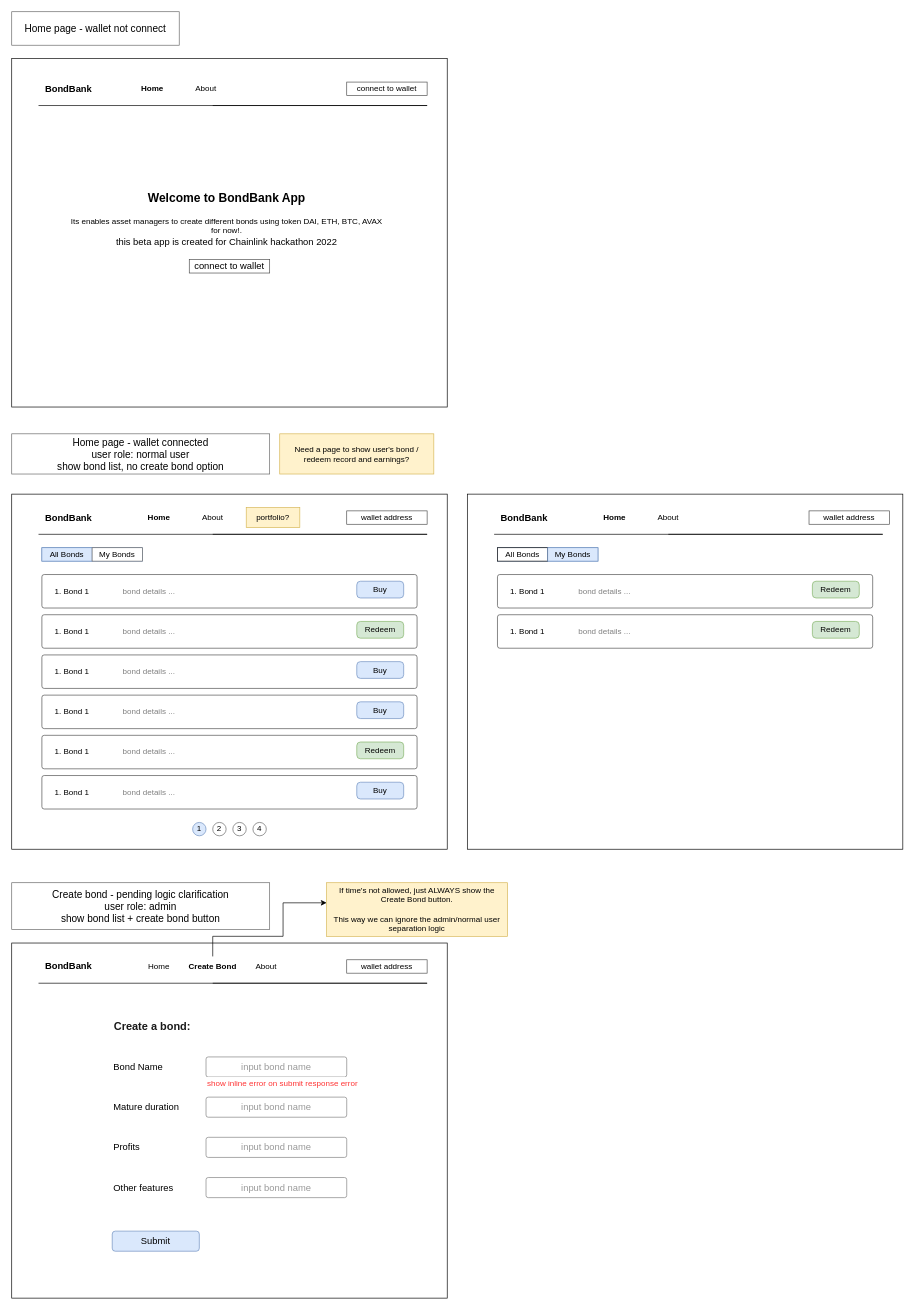
Earlier version of the draw.io diagram page "List View" (4 of 4) of Untitled Diagram.drawio (levblanc/bond-bank-ux). Source tidied: cells renumbered, new cells numbered last; positions are measured from the earlier drawing's top-left corner, leaving out a move shared by most shapes. Both pictures are drawn from the tidied source at 67%, with x=0, y=0 at pixel (11, 11).
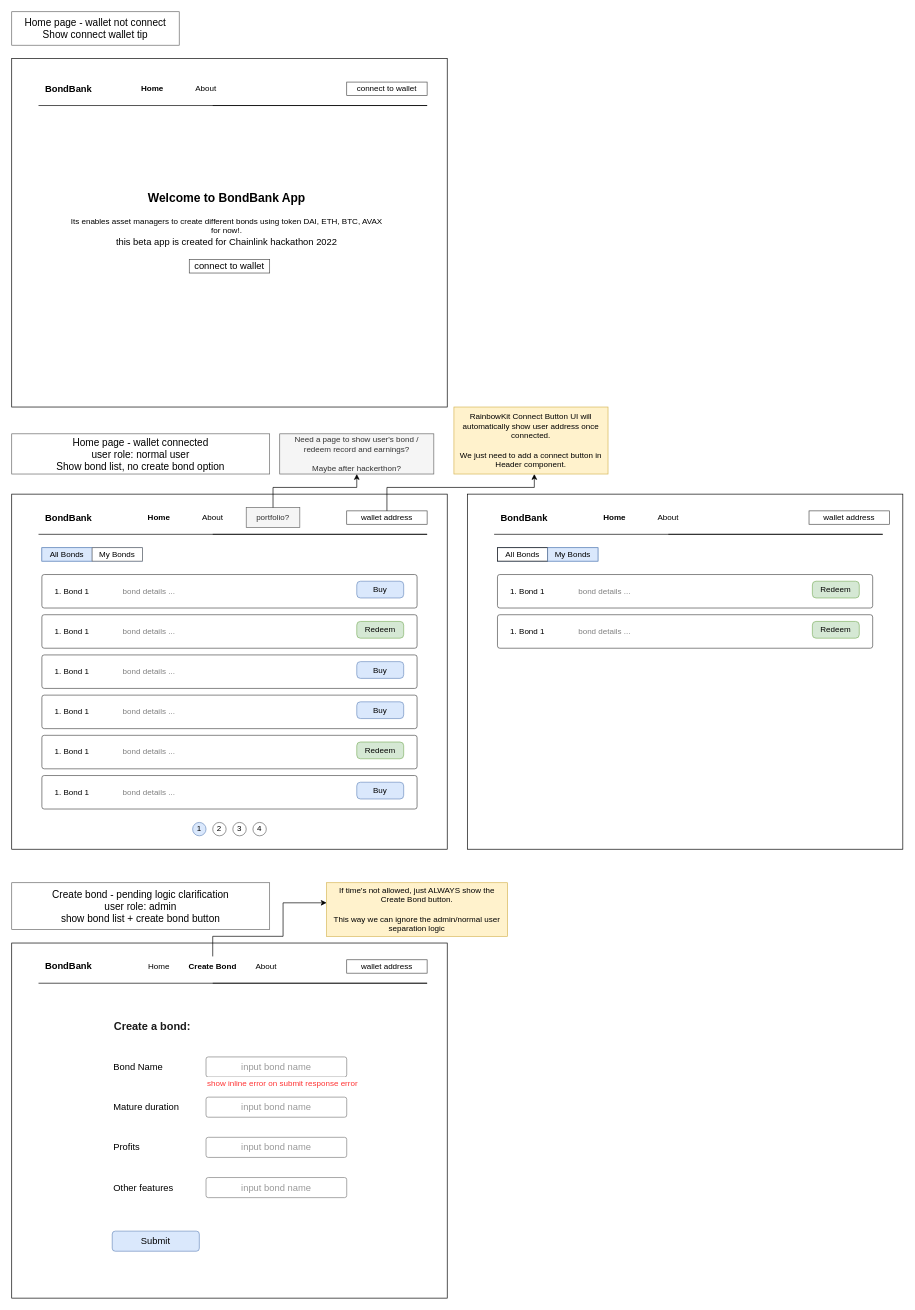
The same page after the edit.

Unchanged cells that the change refers to:
```xml
<mxCell id="20" style="group;" parent="1" vertex="1">
  <mxGeometry y="720" width="650" height="530" as="geometry" />
</mxCell>
<mxCell id="67" value="wallet address" style="rounded=0;whiteSpace=wrap;html=1;fontFamily=Helvetica;fontSize=12;strokeColor=#4D4D4D;" parent="20" vertex="1">
  <mxGeometry x="500" y="25" width="120" height="20" as="geometry" />
</mxCell>
```

What changed in the source:
```diff
@@
-    <mxCell id="18" value="&lt;font style=&quot;font-size: 15px;&quot;&gt;Home page - wallet not connect&lt;/font&gt;" style="rounded=0;whiteSpace=wrap;html=1;strokeColor=#666666;fontFamily=Helvetica;fontSize=12;fontColor=#000000;" parent="1" vertex="1">
+    <mxCell id="18" value="&lt;font style=&quot;font-size: 15px;&quot;&gt;Home page - wallet not connect&lt;br&gt;Show connect wallet tip&lt;br&gt;&lt;/font&gt;" style="rounded=0;whiteSpace=wrap;html=1;strokeColor=#666666;fontFamily=Helvetica;fontSize=12;fontColor=#000000;" parent="1" vertex="1">
       <mxGeometry width="250" height="50" as="geometry" />
     </mxCell>
-    <mxCell id="19" value="&lt;font style=&quot;font-size: 15px;&quot;&gt;Home page - wallet connected&lt;br&gt;user role: normal user&lt;br&gt;show bond list, no create bond option&lt;/font&gt;" style="rounded=0;whiteSpace=wrap;html=1;strokeColor=#666666;fontFamily=Helvetica;fontSize=12;fontColor=#000000;" parent="1" vertex="1">
+    <mxCell id="19" value="&lt;font style=&quot;font-size: 15px;&quot;&gt;Home page - wallet connected&lt;br&gt;user role: normal user&lt;br&gt;Show bond list, no create bond option&lt;/font&gt;" style="rounded=0;whiteSpace=wrap;html=1;strokeColor=#666666;fontFamily=Helvetica;fontSize=12;fontColor=#000000;" parent="1" vertex="1">
       <mxGeometry y="630" width="385" height="60" as="geometry" />
     </mxCell>
@@
-    <mxCell id="66" value="&lt;font&gt;portfolio?&lt;/font&gt;" style="rounded=0;whiteSpace=wrap;html=1;strokeColor=#d6b656;fontFamily=Helvetica;fontSize=12;fillColor=#fff2cc;" parent="20" vertex="1">
+    <mxCell id="66" value="&lt;font&gt;portfolio?&lt;/font&gt;" style="rounded=0;whiteSpace=wrap;html=1;strokeColor=#666666;fontFamily=Helvetica;fontSize=12;fillColor=#f5f5f5;fontColor=#333333;" parent="20" vertex="1">
       <mxGeometry x="350" y="20" width="80" height="30" as="geometry" />
     </mxCell>
@@
-    <mxCell id="106" value="Need a page to show user's bond / redeem record and earnings?" style="rounded=0;whiteSpace=wrap;html=1;strokeColor=#d6b656;fontFamily=Helvetica;fontSize=12;fillColor=#fff2cc;" parent="1" vertex="1">
+    <mxCell id="106" value="Need a page to show user's bond / redeem record and earnings?&lt;br&gt;&lt;br&gt;Maybe after hackerthon?" style="rounded=0;whiteSpace=wrap;html=1;strokeColor=#666666;fontFamily=Helvetica;fontSize=12;fillColor=#f5f5f5;fontColor=#333333;" parent="1" vertex="1">
       <mxGeometry x="400" y="630" width="230" height="60" as="geometry" />
     </mxCell>
@@
+    <mxCell id="110" style="edgeStyle=orthogonalEdgeStyle;rounded=0;jettySize=auto;html=1;fontFamily=Helvetica;fontSize=12;fontColor=#999999;" parent="1" edge="1" source="66" target="106">
+      <mxGeometry relative="1" as="geometry">
+        <Array as="points">
+          <mxPoint x="390" y="710" />
+          <mxPoint x="515" y="710" />
+        </Array>
+      </mxGeometry>
+    </mxCell>
+    <mxCell id="111" style="edgeStyle=orthogonalEdgeStyle;rounded=0;jettySize=auto;html=1;fontFamily=Helvetica;fontSize=12;fontColor=#999999;" parent="1" edge="1" source="67" target="112">
+      <mxGeometry relative="1" as="geometry">
+        <Array as="points">
+          <mxPoint x="560" y="710" />
+          <mxPoint x="780" y="710" />
+        </Array>
+      </mxGeometry>
+    </mxCell>
+    <mxCell id="112" value="RainbowKit Connect Button UI will automatically show user address once connected.&lt;br&gt;&lt;br&gt;We just need to add a connect button in Header component." style="rounded=0;whiteSpace=wrap;html=1;fontFamily=Helvetica;fontSize=12;fillColor=#fff2cc;strokeColor=#d6b656;" parent="1" vertex="1">
+      <mxGeometry x="660" y="590" width="230" height="100" as="geometry" />
+    </mxCell>
```
